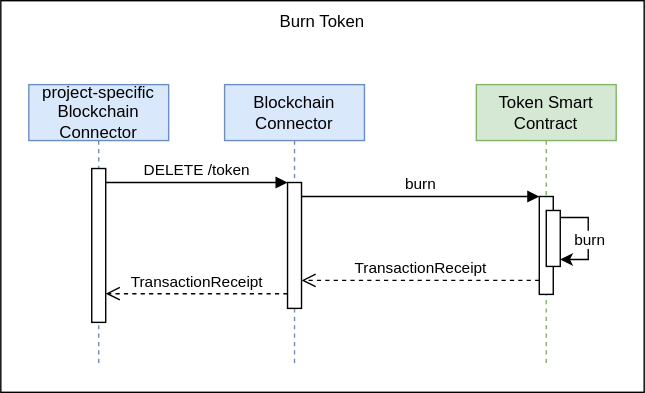
This is drawio/chapter_6/burn-token.svg from fraunhofer-iml/nft-folder-documentation, a draw.io export, as it was before one commit. Source tidied: cells renumbered, new cells last; positions are measured from the earlier drawing's top-left corner, leaving out a move shared by most shapes. Its diagram source:
```xml
<mxGraphModel>
  <root>
    <mxCell id="0" />
    <mxCell id="1" parent="0" />
    <mxCell id="2" style="rounded=0;whiteSpace=wrap;html=1;" parent="1" vertex="1">
      <mxGeometry width="460" height="280" as="geometry" />
    </mxCell>
    <mxCell id="3" value="Blockchain Connector" style="shape=umlLifeline;perimeter=lifelinePerimeter;whiteSpace=wrap;html=1;newEdgeStyle={&quot;edgeStyle&quot;:&quot;elbowEdgeStyle&quot;,&quot;elbow&quot;:&quot;vertical&quot;,&quot;curved&quot;:0,&quot;rounded&quot;:0};fillColor=#dae8fc;strokeColor=#6c8ebf;" parent="1" vertex="1">
      <mxGeometry x="160" y="60" width="100" height="200" as="geometry" />
    </mxCell>
    <mxCell id="4" style="html=1;points=[];perimeter=orthogonalPerimeter;outlineConnect=0;targetShapes=umlLifeline;portConstraint=eastwest;newEdgeStyle={&quot;edgeStyle&quot;:&quot;elbowEdgeStyle&quot;,&quot;elbow&quot;:&quot;vertical&quot;,&quot;curved&quot;:0,&quot;rounded&quot;:0};" parent="3" vertex="1">
      <mxGeometry x="45" y="70" width="10" height="90" as="geometry" />
    </mxCell>
    <mxCell id="5" value="Token Smart Contract" style="shape=umlLifeline;perimeter=lifelinePerimeter;whiteSpace=wrap;html=1;newEdgeStyle={&quot;edgeStyle&quot;:&quot;elbowEdgeStyle&quot;,&quot;elbow&quot;:&quot;vertical&quot;,&quot;curved&quot;:0,&quot;rounded&quot;:0};fillColor=#d5e8d4;strokeColor=#82b366;" parent="1" vertex="1">
      <mxGeometry x="340" y="60" width="100" height="200" as="geometry" />
    </mxCell>
    <mxCell id="6" style="html=1;points=[];perimeter=orthogonalPerimeter;outlineConnect=0;targetShapes=umlLifeline;portConstraint=eastwest;newEdgeStyle={&quot;edgeStyle&quot;:&quot;elbowEdgeStyle&quot;,&quot;elbow&quot;:&quot;vertical&quot;,&quot;curved&quot;:0,&quot;rounded&quot;:0};" parent="5" vertex="1">
      <mxGeometry x="45" y="80" width="10" height="70" as="geometry" />
    </mxCell>
    <mxCell id="7" style="edgeStyle=orthogonalEdgeStyle;rounded=0;orthogonalLoop=1;jettySize=auto;html=1;curved=0;exitX=1;exitY=0;exitDx=0;exitDy=5;exitPerimeter=0;entryX=1;entryY=1;entryDx=0;entryDy=-5;entryPerimeter=0;" parent="5" edge="1" source="9" target="9">
      <mxGeometry relative="1" as="geometry">
        <Array as="points">
          <mxPoint x="80" y="95" />
          <mxPoint x="80" y="125" />
        </Array>
      </mxGeometry>
    </mxCell>
    <mxCell id="8" value="burn" style="edgeLabel;html=1;align=center;verticalAlign=middle;" parent="7" vertex="1">
      <mxGeometry x="0.06" y="2" relative="1" as="geometry">
        <mxPoint x="-2" y="-2" as="offset" />
      </mxGeometry>
    </mxCell>
    <mxCell id="9" style="html=1;points=[[0,0,0,0,5],[0,1,0,0,-5],[1,0,0,0,5],[1,1,0,0,-5]];perimeter=orthogonalPerimeter;outlineConnect=0;targetShapes=umlLifeline;portConstraint=eastwest;newEdgeStyle={&quot;curved&quot;:0,&quot;rounded&quot;:0};" parent="5" vertex="1">
      <mxGeometry x="50" y="90" width="10" height="40" as="geometry" />
    </mxCell>
    <mxCell id="10" value="burn" style="html=1;verticalAlign=bottom;endArrow=block;edgeStyle=elbowEdgeStyle;elbow=horizontal;curved=0;rounded=0;" parent="1" edge="1" source="4" target="6">
      <mxGeometry relative="1" as="geometry">
        <Array as="points">
          <mxPoint x="300" y="140" />
        </Array>
      </mxGeometry>
    </mxCell>
    <mxCell id="11" value="TransactionReceipt" style="html=1;verticalAlign=bottom;endArrow=open;dashed=1;endSize=8;edgeStyle=elbowEdgeStyle;elbow=horizontal;curved=0;rounded=0;" parent="1" edge="1">
      <mxGeometry relative="1" as="geometry">
        <mxPoint x="385" y="200" as="sourcePoint" />
        <mxPoint x="215" y="200" as="targetPoint" />
        <Array as="points">
          <mxPoint x="310" y="200" />
        </Array>
      </mxGeometry>
    </mxCell>
    <mxCell id="12" value="Burn Token" style="text;html=1;align=center;verticalAlign=middle;whiteSpace=wrap;rounded=0;" parent="1" vertex="1">
      <mxGeometry x="155" width="150" height="30" as="geometry" />
    </mxCell>
    <mxCell id="13" value="project-specific Blockchain Connector" style="shape=umlLifeline;perimeter=lifelinePerimeter;whiteSpace=wrap;html=1;newEdgeStyle={&quot;curved&quot;:0,&quot;rounded&quot;:0};fillColor=#dae8fc;strokeColor=#6c8ebf;" parent="1" vertex="1">
      <mxGeometry x="20" y="60" width="100" height="200" as="geometry" />
    </mxCell>
    <mxCell id="14" style="html=1;points=[[0,0,0,0,5],[0,1,0,0,-5],[1,0,0,0,5],[1,1,0,0,-5]];perimeter=orthogonalPerimeter;outlineConnect=0;targetShapes=umlLifeline;portConstraint=eastwest;newEdgeStyle={&quot;curved&quot;:0,&quot;rounded&quot;:0};" parent="13" vertex="1">
      <mxGeometry x="45" y="60" width="10" height="110" as="geometry" />
    </mxCell>
    <mxCell id="15" value="DELETE /token" style="html=1;verticalAlign=bottom;startArrow=none;endArrow=block;startSize=8;edgeStyle=elbowEdgeStyle;elbow=vertical;curved=0;rounded=0;startFill=0;" parent="1" edge="1" source="14">
      <mxGeometry relative="1" as="geometry">
        <mxPoint x="205" y="130" as="targetPoint" />
      </mxGeometry>
    </mxCell>
    <mxCell id="16" value="TransactionReceipt" style="html=1;verticalAlign=bottom;endArrow=open;dashed=1;endSize=8;edgeStyle=elbowEdgeStyle;elbow=horizontal;curved=0;rounded=0;" parent="1" edge="1">
      <mxGeometry relative="1" as="geometry">
        <mxPoint x="205" y="209.5" as="sourcePoint" />
        <mxPoint x="75" y="209.5" as="targetPoint" />
        <Array as="points">
          <mxPoint x="165" y="209.5" />
        </Array>
      </mxGeometry>
    </mxCell>
  </root>
</mxGraphModel>
```
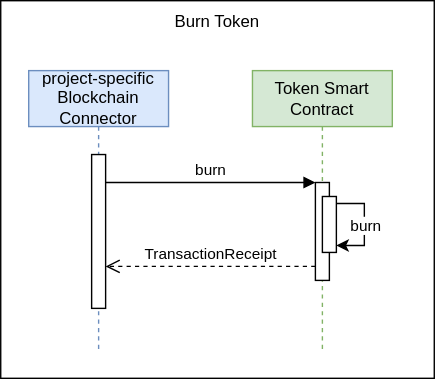
Later version of the same file.

Commit message:
Add token hierarchy and incoroporate blockchain connector as a library

Change to the diagram source:
```diff
@@ -2,17 +2,11 @@
   <root>
     <mxCell id="0" />
     <mxCell id="1" parent="0" />
-    <mxCell id="2" style="rounded=0;whiteSpace=wrap;html=1;" parent="1" vertex="1">
-      <mxGeometry width="460" height="280" as="geometry" />
-    </mxCell>
-    <mxCell id="3" value="Blockchain Connector" style="shape=umlLifeline;perimeter=lifelinePerimeter;whiteSpace=wrap;html=1;newEdgeStyle={&quot;edgeStyle&quot;:&quot;elbowEdgeStyle&quot;,&quot;elbow&quot;:&quot;vertical&quot;,&quot;curved&quot;:0,&quot;rounded&quot;:0};fillColor=#dae8fc;strokeColor=#6c8ebf;" parent="1" vertex="1">
-      <mxGeometry x="160" y="60" width="100" height="200" as="geometry" />
-    </mxCell>
-    <mxCell id="4" style="html=1;points=[];perimeter=orthogonalPerimeter;outlineConnect=0;targetShapes=umlLifeline;portConstraint=eastwest;newEdgeStyle={&quot;edgeStyle&quot;:&quot;elbowEdgeStyle&quot;,&quot;elbow&quot;:&quot;vertical&quot;,&quot;curved&quot;:0,&quot;rounded&quot;:0};" parent="3" vertex="1">
-      <mxGeometry x="45" y="70" width="10" height="90" as="geometry" />
-    </mxCell>
+    <mxCell id="17" style="rounded=0;whiteSpace=wrap;html=1;" parent="1" vertex="1">
+      <mxGeometry y="10" width="310" height="270" as="geometry" />
+    </mxCell>
     <mxCell id="5" value="Token Smart Contract" style="shape=umlLifeline;perimeter=lifelinePerimeter;whiteSpace=wrap;html=1;newEdgeStyle={&quot;edgeStyle&quot;:&quot;elbowEdgeStyle&quot;,&quot;elbow&quot;:&quot;vertical&quot;,&quot;curved&quot;:0,&quot;rounded&quot;:0};fillColor=#d5e8d4;strokeColor=#82b366;" parent="1" vertex="1">
-      <mxGeometry x="340" y="60" width="100" height="200" as="geometry" />
+      <mxGeometry x="180" y="60" width="100" height="200" as="geometry" />
     </mxCell>
     <mxCell id="6" style="html=1;points=[];perimeter=orthogonalPerimeter;outlineConnect=0;targetShapes=umlLifeline;portConstraint=eastwest;newEdgeStyle={&quot;edgeStyle&quot;:&quot;elbowEdgeStyle&quot;,&quot;elbow&quot;:&quot;vertical&quot;,&quot;curved&quot;:0,&quot;rounded&quot;:0};" parent="5" vertex="1">
       <mxGeometry x="45" y="80" width="10" height="70" as="geometry" />
@@ -33,24 +27,22 @@
     <mxCell id="9" style="html=1;points=[[0,0,0,0,5],[0,1,0,0,-5],[1,0,0,0,5],[1,1,0,0,-5]];perimeter=orthogonalPerimeter;outlineConnect=0;targetShapes=umlLifeline;portConstraint=eastwest;newEdgeStyle={&quot;curved&quot;:0,&quot;rounded&quot;:0};" parent="5" vertex="1">
       <mxGeometry x="50" y="90" width="10" height="40" as="geometry" />
     </mxCell>
-    <mxCell id="10" value="burn" style="html=1;verticalAlign=bottom;endArrow=block;edgeStyle=elbowEdgeStyle;elbow=horizontal;curved=0;rounded=0;" parent="1" edge="1" source="4" target="6">
+    <mxCell id="10" value="burn" style="html=1;verticalAlign=bottom;endArrow=block;edgeStyle=elbowEdgeStyle;elbow=horizontal;curved=0;rounded=0;" parent="1" edge="1" source="14" target="6">
       <mxGeometry relative="1" as="geometry">
         <Array as="points">
-          <mxPoint x="300" y="140" />
+          <mxPoint x="170" y="140" />
         </Array>
       </mxGeometry>
     </mxCell>
-    <mxCell id="11" value="TransactionReceipt" style="html=1;verticalAlign=bottom;endArrow=open;dashed=1;endSize=8;edgeStyle=elbowEdgeStyle;elbow=horizontal;curved=0;rounded=0;" parent="1" edge="1">
-      <mxGeometry relative="1" as="geometry">
-        <mxPoint x="385" y="200" as="sourcePoint" />
-        <mxPoint x="215" y="200" as="targetPoint" />
-        <Array as="points">
-          <mxPoint x="310" y="200" />
-        </Array>
-      </mxGeometry>
-    </mxCell>
+    <mxCell id="18" value="TransactionReceipt" style="html=1;verticalAlign=bottom;endArrow=open;dashed=1;endSize=8;edgeStyle=elbowEdgeStyle;elbow=horizontal;curved=0;rounded=0;" parent="1" edge="1" source="6" target="14">
+      <mxGeometry relative="1" as="geometry">
+        <Array as="points">
+          <mxPoint x="160" y="200" />
+        </Array>
+      </mxGeometry>
+    </mxCell>
     <mxCell id="12" value="Burn Token" style="text;html=1;align=center;verticalAlign=middle;whiteSpace=wrap;rounded=0;" parent="1" vertex="1">
-      <mxGeometry x="155" width="150" height="30" as="geometry" />
+      <mxGeometry x="80" y="10" width="150" height="30" as="geometry" />
     </mxCell>
     <mxCell id="13" value="project-specific Blockchain Connector" style="shape=umlLifeline;perimeter=lifelinePerimeter;whiteSpace=wrap;html=1;newEdgeStyle={&quot;curved&quot;:0,&quot;rounded&quot;:0};fillColor=#dae8fc;strokeColor=#6c8ebf;" parent="1" vertex="1">
       <mxGeometry x="20" y="60" width="100" height="200" as="geometry" />
@@ -58,19 +50,5 @@
     <mxCell id="14" style="html=1;points=[[0,0,0,0,5],[0,1,0,0,-5],[1,0,0,0,5],[1,1,0,0,-5]];perimeter=orthogonalPerimeter;outlineConnect=0;targetShapes=umlLifeline;portConstraint=eastwest;newEdgeStyle={&quot;curved&quot;:0,&quot;rounded&quot;:0};" parent="13" vertex="1">
       <mxGeometry x="45" y="60" width="10" height="110" as="geometry" />
     </mxCell>
-    <mxCell id="15" value="DELETE /token" style="html=1;verticalAlign=bottom;startArrow=none;endArrow=block;startSize=8;edgeStyle=elbowEdgeStyle;elbow=vertical;curved=0;rounded=0;startFill=0;" parent="1" edge="1" source="14">
-      <mxGeometry relative="1" as="geometry">
-        <mxPoint x="205" y="130" as="targetPoint" />
-      </mxGeometry>
-    </mxCell>
-    <mxCell id="16" value="TransactionReceipt" style="html=1;verticalAlign=bottom;endArrow=open;dashed=1;endSize=8;edgeStyle=elbowEdgeStyle;elbow=horizontal;curved=0;rounded=0;" parent="1" edge="1">
-      <mxGeometry relative="1" as="geometry">
-        <mxPoint x="205" y="209.5" as="sourcePoint" />
-        <mxPoint x="75" y="209.5" as="targetPoint" />
-        <Array as="points">
-          <mxPoint x="165" y="209.5" />
-        </Array>
-      </mxGeometry>
-    </mxCell>
   </root>
 </mxGraphModel>
```
